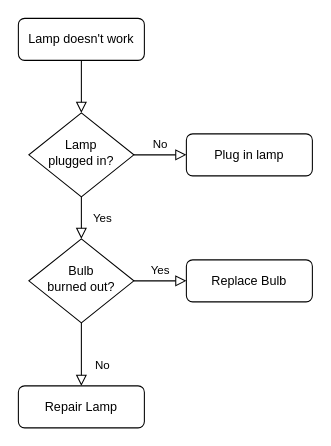
Above: docs/SHA-Matrix.drawio in BCHPleaseOrg/sbx (draw.io), before the change. Source tidied: cells renumbered, new cells numbered last; positions are measured from the earlier drawing's top-left corner, leaving out a move shared by most shapes. Both pictures are drawn from the tidied source at 105%, with x=0, y=0 at pixel (18, 18).
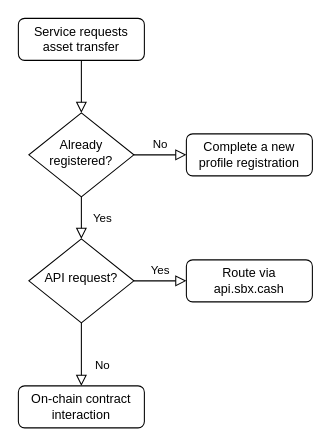
After the change.

The edit, as a diff of the source:
```diff
@@
 <mxGraphModel>
   <root>
     <mxCell id="0" />
     <mxCell id="1" parent="0" />
     <mxCell id="2" style="rounded=0;html=1;jettySize=auto;fontSize=11;endArrow=block;endFill=0;endSize=8;strokeWidth=1;shadow=0;labelBackgroundColor=none;edgeStyle=orthogonalEdgeStyle;" parent="1" edge="1" source="3" target="6">
       <mxGeometry relative="1" as="geometry" />
     </mxCell>
-    <mxCell id="3" value="Lamp doesn't work" style="rounded=1;whiteSpace=wrap;html=1;fontSize=12;glass=0;strokeWidth=1;shadow=0;" parent="1" vertex="1">
+    <mxCell id="3" value="Service requests asset transfer" style="rounded=1;whiteSpace=wrap;html=1;fontSize=12;glass=0;strokeWidth=1;shadow=0;" parent="1" vertex="1">
       <mxGeometry width="120" height="40" as="geometry" />
     </mxCell>
     <mxCell id="4" value="Yes" style="rounded=0;html=1;jettySize=auto;fontSize=11;endArrow=block;endFill=0;endSize=8;strokeWidth=1;shadow=0;labelBackgroundColor=none;edgeStyle=orthogonalEdgeStyle;" parent="1" edge="1" source="6" target="10">
       <mxGeometry y="20" relative="1" as="geometry" />
     </mxCell>
     <mxCell id="5" value="No" style="edgeStyle=orthogonalEdgeStyle;rounded=0;html=1;jettySize=auto;fontSize=11;endArrow=block;endFill=0;endSize=8;strokeWidth=1;shadow=0;labelBackgroundColor=none;" parent="1" edge="1" source="6" target="7">
       <mxGeometry y="10" relative="1" as="geometry" />
     </mxCell>
-    <mxCell id="6" value="Lamp&lt;br&gt;plugged in?" style="rhombus;whiteSpace=wrap;html=1;shadow=0;fontFamily=Helvetica;fontSize=12;align=center;strokeWidth=1;spacing=6;spacingTop=-4;" parent="1" vertex="1">
+    <mxCell id="6" value="Already registered?" style="rhombus;whiteSpace=wrap;html=1;shadow=0;fontFamily=Helvetica;fontSize=12;align=center;strokeWidth=1;spacing=6;spacingTop=-4;" parent="1" vertex="1">
       <mxGeometry x="10" y="90" width="100" height="80" as="geometry" />
     </mxCell>
-    <mxCell id="7" value="Plug in lamp" style="rounded=1;whiteSpace=wrap;html=1;fontSize=12;glass=0;strokeWidth=1;shadow=0;" parent="1" vertex="1">
+    <mxCell id="7" value="Complete a new profile registration" style="rounded=1;whiteSpace=wrap;html=1;fontSize=12;glass=0;strokeWidth=1;shadow=0;" parent="1" vertex="1">
       <mxGeometry x="160" y="110" width="120" height="40" as="geometry" />
     </mxCell>
     <mxCell id="8" value="No" style="rounded=0;html=1;jettySize=auto;fontSize=11;endArrow=block;endFill=0;endSize=8;strokeWidth=1;shadow=0;labelBackgroundColor=none;edgeStyle=orthogonalEdgeStyle;" parent="1" edge="1" source="10" target="11">
       <mxGeometry x="0.33" y="20" relative="1" as="geometry" />
     </mxCell>
     <mxCell id="9" value="Yes" style="edgeStyle=orthogonalEdgeStyle;rounded=0;html=1;jettySize=auto;fontSize=11;endArrow=block;endFill=0;endSize=8;strokeWidth=1;shadow=0;labelBackgroundColor=none;" parent="1" edge="1" source="10" target="12">
       <mxGeometry y="10" relative="1" as="geometry" />
     </mxCell>
-    <mxCell id="10" value="Bulb&lt;br&gt;burned out?" style="rhombus;whiteSpace=wrap;html=1;shadow=0;fontFamily=Helvetica;fontSize=12;align=center;strokeWidth=1;spacing=6;spacingTop=-4;" parent="1" vertex="1">
+    <mxCell id="10" value="API request?" style="rhombus;whiteSpace=wrap;html=1;shadow=0;fontFamily=Helvetica;fontSize=12;align=center;strokeWidth=1;spacing=6;spacingTop=-4;" parent="1" vertex="1">
       <mxGeometry x="10" y="210" width="100" height="80" as="geometry" />
     </mxCell>
-    <mxCell id="11" value="Repair Lamp" style="rounded=1;whiteSpace=wrap;html=1;fontSize=12;glass=0;strokeWidth=1;shadow=0;" parent="1" vertex="1">
+    <mxCell id="11" value="On-chain contract interaction" style="rounded=1;whiteSpace=wrap;html=1;fontSize=12;glass=0;strokeWidth=1;shadow=0;" parent="1" vertex="1">
       <mxGeometry y="350" width="120" height="40" as="geometry" />
     </mxCell>
-    <mxCell id="12" value="Replace Bulb" style="rounded=1;whiteSpace=wrap;html=1;fontSize=12;glass=0;strokeWidth=1;shadow=0;" parent="1" vertex="1">
+    <mxCell id="12" value="Route via api.sbx.cash" style="rounded=1;whiteSpace=wrap;html=1;fontSize=12;glass=0;strokeWidth=1;shadow=0;" parent="1" vertex="1">
       <mxGeometry x="160" y="230" width="120" height="40" as="geometry" />
     </mxCell>
   </root>
 </mxGraphModel>
```
